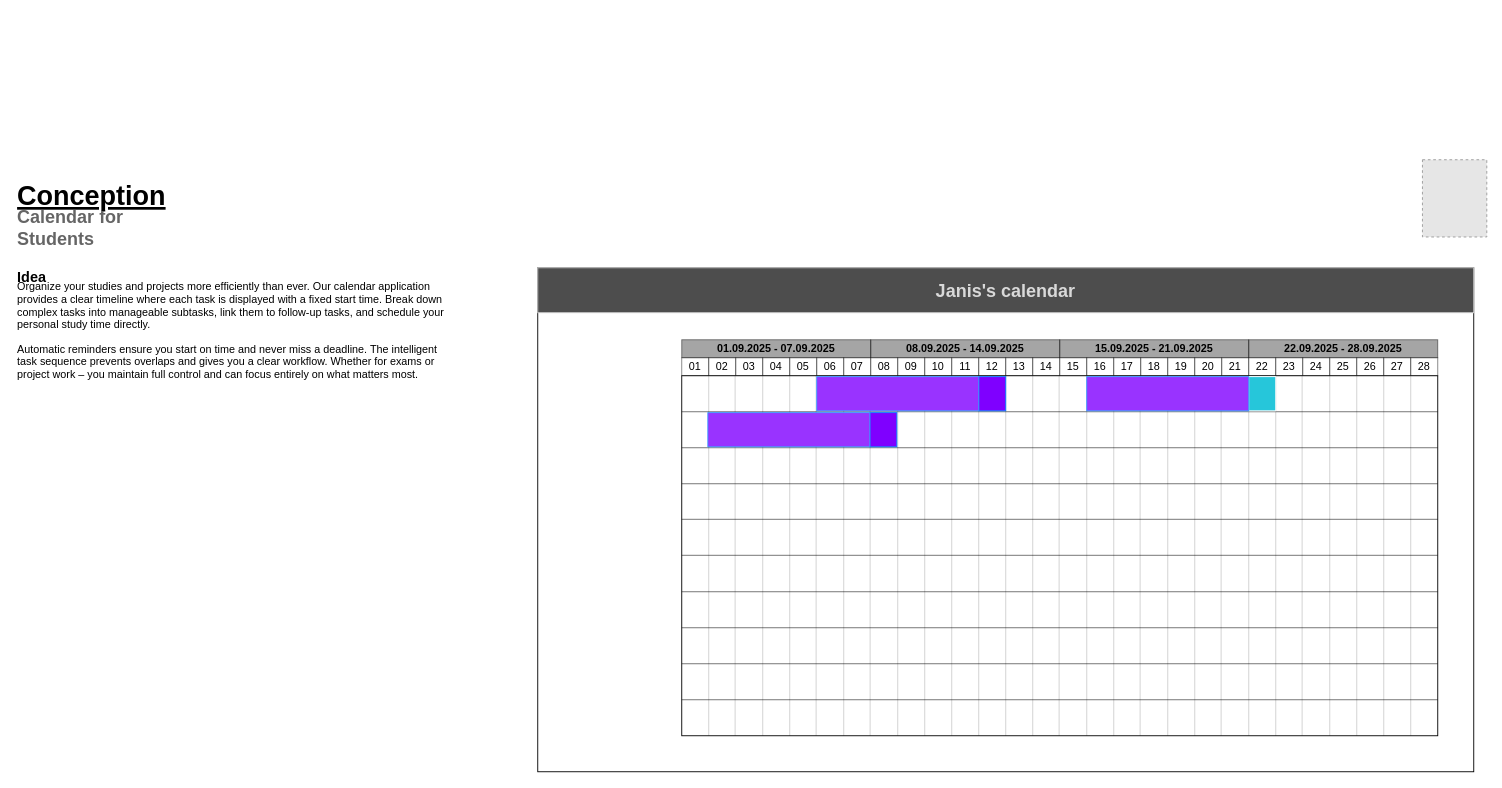
The draw.io diagram Conception/Calendar_concept_marketing.drawio in janisaebischer/Calendar, before the edit. Source tidied: cells renumbered, new cells numbered last; positions are measured from the earlier drawing's top-left corner, leaving out a move shared by most shapes. Both pictures are drawn from the tidied source at 90%, with x=0, y=0 at pixel (15, 159). Pictures stored in the file or linked from it are replaced by grey dashed boxes.
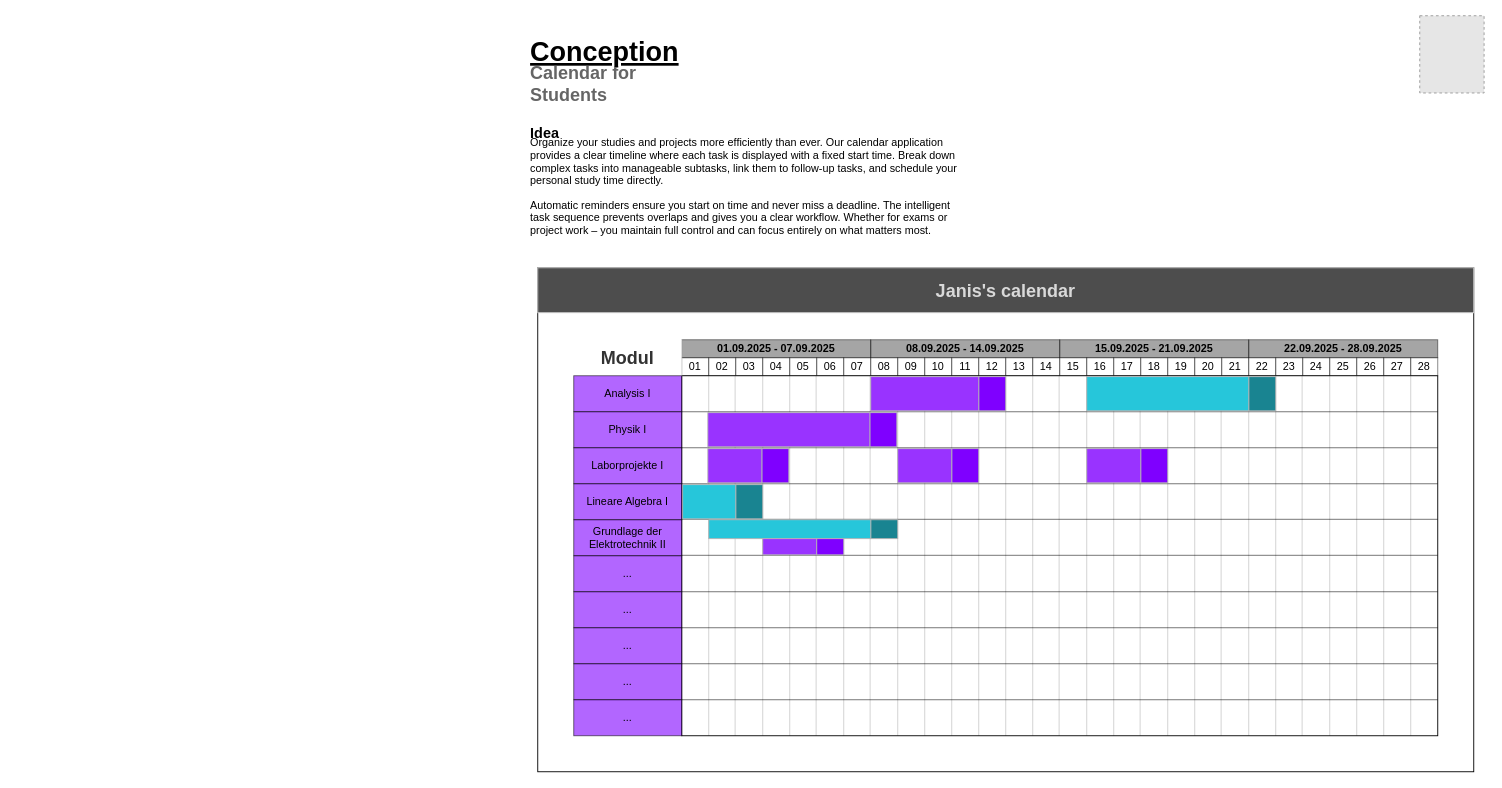
Above is the later version.

Commit message (it also covers changes not shown here):
Concept marketing finished

The edit, as a diff of the source:
```diff
@@
     <mxCell id="2" value="Conception" style="text;html=1;align=left;verticalAlign=middle;whiteSpace=wrap;rounded=0;fontColor=light-dark(#000000,#B0BEC5);fontSize=30;fontStyle=5;labelPosition=center;verticalLabelPosition=middle;fontFamily=Michroma;" parent="1" vertex="1">
-      <mxGeometry y="20" width="160" height="40" as="geometry" />
+      <mxGeometry x="570" y="-140" width="160" height="40" as="geometry" />
     </mxCell>
     <mxCell id="3" value="Calendar for Students" style="text;html=1;align=left;verticalAlign=middle;whiteSpace=wrap;rounded=0;fontFamily=Michroma;fontStyle=1;fontSize=20;fontColor=light-dark(#000000,#26C6DA);textOpacity=60;" parent="1" vertex="1">
-      <mxGeometry y="60" width="200" height="30" as="geometry" />
+      <mxGeometry x="570" y="-100" width="200" height="30" as="geometry" />
     </mxCell>
     <mxCell id="4" value="&lt;font style=&quot;line-height: 100%;&quot;&gt;Idea&lt;/font&gt;" style="text;html=1;align=left;verticalAlign=middle;whiteSpace=wrap;rounded=0;fontColor=light-dark(#000000,#B0BEC5);fontSize=16;fontStyle=1;labelPosition=center;verticalLabelPosition=middle;fontFamily=Michroma;" parent="1" vertex="1">
-      <mxGeometry y="120" width="60" height="20" as="geometry" />
+      <mxGeometry x="570" y="-40" width="60" height="20" as="geometry" />
     </mxCell>
     <mxCell id="5" value="&lt;p&gt;Organize your studies and projects more efficiently than ever. Our calendar application provides a clear timeline where each task is displayed with a fixed start time. Break down complex tasks into manageable subtasks, link them to follow-up tasks, and schedule your personal study time directly.&lt;/p&gt;&lt;p&gt;Automatic reminders ensure you start on time and never miss a deadline. The intelligent task sequence prevents overlaps and gives you a clear workflow. Whether for exams or project work – you maintain full control and can focus entirely on what matters most.&lt;/p&gt;" style="text;html=1;align=left;verticalAlign=middle;whiteSpace=wrap;rounded=0;fontSize=12;fontFamily=Michroma;fontColor=light-dark(#000000,#B0BEC5);" parent="1" vertex="1">
-      <mxGeometry y="140" width="490" height="100" as="geometry" />
+      <mxGeometry x="570" y="-20" width="490" height="100" as="geometry" />
     </mxCell>
@@
     <mxCell id="8" style="fillColor=#E6E6E6;strokeColor=#999999;dashed=1;verticalLabelPosition=bottom;labelBackgroundColor=default;verticalAlign=top;" parent="1" vertex="1">
-      <mxGeometry x="1563" width="71.5" height="85.8" as="geometry" />
+      <mxGeometry x="1560" y="-160" width="71.5" height="85.8" as="geometry" />
     </mxCell>
@@
-    <mxCell id="78" style="rounded=0;whiteSpace=wrap;html=1;fillColor=#7F00FF;strokeColor=#007FFF;" parent="1" vertex="1">
+    <mxCell id="78" style="rounded=0;whiteSpace=wrap;html=1;fillColor=#7F00FF;strokeColor=#B3B3B3;" parent="1" vertex="1">
       <mxGeometry x="1070" y="241" width="30" height="38" as="geometry" />
     </mxCell>
-    <mxCell id="79" style="rounded=0;whiteSpace=wrap;html=1;fillColor=#9933FF;strokeColor=#3399FF;" parent="1" vertex="1">
-      <mxGeometry x="890" y="241" width="180" height="38" as="geometry" />
+    <mxCell id="79" style="rounded=0;whiteSpace=wrap;html=1;fillColor=#9933FF;strokeColor=#B3B3B3;" parent="1" vertex="1">
+      <mxGeometry x="950" y="241" width="120" height="38" as="geometry" />
     </mxCell>
-    <mxCell id="80" style="rounded=0;whiteSpace=wrap;html=1;fillColor=#7F00FF;strokeColor=#007FFF;" parent="1" vertex="1">
+    <mxCell id="80" style="rounded=0;whiteSpace=wrap;html=1;fillColor=#7F00FF;strokeColor=#B3B3B3;" parent="1" vertex="1">
       <mxGeometry x="949" y="281" width="30" height="38" as="geometry" />
     </mxCell>
-    <mxCell id="81" style="rounded=0;whiteSpace=wrap;html=1;fillColor=#9933FF;strokeColor=#3399FF;" parent="1" vertex="1">
+    <mxCell id="81" style="rounded=0;whiteSpace=wrap;html=1;fillColor=#9933FF;strokeColor=#B3B3B3;" parent="1" vertex="1">
       <mxGeometry x="769" y="281" width="180" height="38" as="geometry" />
     </mxCell>
-    <mxCell id="82" style="rounded=0;whiteSpace=wrap;html=1;fillColor=#26C6DA;strokeColor=#FFFFFF;" parent="1" vertex="1">
+    <mxCell id="82" style="rounded=0;whiteSpace=wrap;html=1;fillColor=#198491;strokeColor=#B3B3B3;" parent="1" vertex="1">
       <mxGeometry x="1370" y="241" width="30" height="38" as="geometry" />
     </mxCell>
-    <mxCell id="83" style="rounded=0;whiteSpace=wrap;html=1;fillColor=#9933FF;strokeColor=#3399FF;" parent="1" vertex="1">
+    <mxCell id="83" style="rounded=0;whiteSpace=wrap;html=1;fillColor=light-dark(#26C6DA,#00B2C9);strokeColor=#B3B3B3;" parent="1" vertex="1">
       <mxGeometry x="1190" y="241" width="180" height="38" as="geometry" />
     </mxCell>
+    <mxCell id="84" style="rounded=0;whiteSpace=wrap;html=1;fillColor=#7F00FF;strokeColor=#B3B3B3;" parent="1" vertex="1">
+      <mxGeometry x="1250" y="321" width="30" height="38" as="geometry" />
+    </mxCell>
+    <mxCell id="85" style="rounded=0;whiteSpace=wrap;html=1;fillColor=#9933FF;strokeColor=#B3B3B3;" parent="1" vertex="1">
+      <mxGeometry x="1190" y="321" width="60" height="38" as="geometry" />
+    </mxCell>
+    <mxCell id="86" style="rounded=0;whiteSpace=wrap;html=1;fillColor=#198491;strokeColor=#B3B3B3;" parent="1" vertex="1">
+      <mxGeometry x="800" y="361" width="30" height="38" as="geometry" />
+    </mxCell>
+    <mxCell id="87" style="rounded=0;whiteSpace=wrap;html=1;fillColor=light-dark(#26C6DA,#00B2C9);strokeColor=#B3B3B3;" parent="1" vertex="1">
+      <mxGeometry x="741" y="361" width="59" height="38" as="geometry" />
+    </mxCell>
+    <mxCell id="88" style="rounded=0;whiteSpace=wrap;html=1;fillColor=#7F00FF;strokeColor=#B3B3B3;" parent="1" vertex="1">
+      <mxGeometry x="1040" y="321" width="30" height="38" as="geometry" />
+    </mxCell>
+    <mxCell id="89" style="rounded=0;whiteSpace=wrap;html=1;fillColor=#9933FF;strokeColor=#B3B3B3;" parent="1" vertex="1">
+      <mxGeometry x="980" y="321" width="60" height="38" as="geometry" />
+    </mxCell>
+    <mxCell id="90" style="rounded=0;whiteSpace=wrap;html=1;fillColor=#7F00FF;strokeColor=#B3B3B3;" parent="1" vertex="1">
+      <mxGeometry x="829" y="321" width="30" height="38" as="geometry" />
+    </mxCell>
+    <mxCell id="91" style="rounded=0;whiteSpace=wrap;html=1;fillColor=#9933FF;strokeColor=#B3B3B3;" parent="1" vertex="1">
+      <mxGeometry x="769" y="321" width="60" height="38" as="geometry" />
+    </mxCell>
+    <mxCell id="92" style="rounded=0;whiteSpace=wrap;html=1;fillColor=#198491;strokeColor=#B3B3B3;" parent="1" vertex="1">
+      <mxGeometry x="950" y="400" width="30" height="21" as="geometry" />
+    </mxCell>
+    <mxCell id="93" style="rounded=0;whiteSpace=wrap;html=1;fillColor=light-dark(#26C6DA,#00B2C9);strokeColor=#B3B3B3;" parent="1" vertex="1">
+      <mxGeometry x="770" y="400" width="180" height="21" as="geometry" />
+    </mxCell>
+    <mxCell id="94" style="rounded=0;whiteSpace=wrap;html=1;fillColor=#9933FF;strokeColor=#B3B3B3;" parent="1" vertex="1">
+      <mxGeometry x="830" y="421" width="60" height="18" as="geometry" />
+    </mxCell>
+    <mxCell id="95" style="rounded=0;whiteSpace=wrap;html=1;fillColor=#7F00FF;strokeColor=#B3B3B3;" parent="1" vertex="1">
+      <mxGeometry x="890" y="421" width="30" height="18" as="geometry" />
+    </mxCell>
+    <mxCell id="96" value="Modul" style="rounded=0;whiteSpace=wrap;html=1;fillColor=light-dark(#FFFFFF,#26C6DA);opacity=60;fontFamily=Michroma;fontSize=20;fontStyle=1;strokeColor=#FFFFFF;textOpacity=80;" parent="1" vertex="1">
+      <mxGeometry x="620" y="200" width="120" height="40" as="geometry" />
+    </mxCell>
+    <mxCell id="97" value="Analysis I" style="rounded=0;whiteSpace=wrap;html=1;fillColor=#7F00FF;opacity=60;fontFamily=Michroma;" parent="1" vertex="1">
+      <mxGeometry x="620" y="240" width="120" height="40" as="geometry" />
+    </mxCell>
+    <mxCell id="98" value="Physik I" style="rounded=0;whiteSpace=wrap;html=1;fillColor=#7F00FF;opacity=60;fontFamily=Michroma;" parent="1" vertex="1">
+      <mxGeometry x="620" y="280" width="120" height="40" as="geometry" />
+    </mxCell>
+    <mxCell id="99" value="Laborprojekte I" style="rounded=0;whiteSpace=wrap;html=1;fillColor=#7F00FF;opacity=60;fontFamily=Michroma;" parent="1" vertex="1">
+      <mxGeometry x="620" y="320" width="120" height="40" as="geometry" />
+    </mxCell>
+    <mxCell id="100" value="Lineare Algebra I" style="rounded=0;whiteSpace=wrap;html=1;fillColor=#7F00FF;opacity=60;fontFamily=Michroma;" parent="1" vertex="1">
+      <mxGeometry x="620" y="360" width="120" height="40" as="geometry" />
+    </mxCell>
+    <mxCell id="101" value="Grundlage der Elektrotechnik II" style="rounded=0;whiteSpace=wrap;html=1;fillColor=#7F00FF;opacity=60;fontFamily=Michroma;" parent="1" vertex="1">
+      <mxGeometry x="620" y="400" width="120" height="40" as="geometry" />
+    </mxCell>
+    <mxCell id="102" value="..." style="rounded=0;whiteSpace=wrap;html=1;fillColor=#7F00FF;opacity=60;fontFamily=Michroma;" parent="1" vertex="1">
+      <mxGeometry x="620" y="440" width="120" height="40" as="geometry" />
+    </mxCell>
+    <mxCell id="103" value="..." style="rounded=0;whiteSpace=wrap;html=1;fillColor=#7F00FF;opacity=60;fontFamily=Michroma;" parent="1" vertex="1">
+      <mxGeometry x="620" y="480" width="120" height="40" as="geometry" />
+    </mxCell>
+    <mxCell id="104" value="..." style="rounded=0;whiteSpace=wrap;html=1;fillColor=#7F00FF;opacity=60;fontFamily=Michroma;" parent="1" vertex="1">
+      <mxGeometry x="620" y="520" width="120" height="40" as="geometry" />
+    </mxCell>
+    <mxCell id="105" value="..." style="rounded=0;whiteSpace=wrap;html=1;fillColor=#7F00FF;opacity=60;fontFamily=Michroma;" parent="1" vertex="1">
+      <mxGeometry x="620" y="560" width="120" height="40" as="geometry" />
+    </mxCell>
+    <mxCell id="106" value="..." style="rounded=0;whiteSpace=wrap;html=1;fillColor=#7F00FF;opacity=60;fontFamily=Michroma;" parent="1" vertex="1">
+      <mxGeometry x="620" y="600" width="120" height="40" as="geometry" />
+    </mxCell>
```
